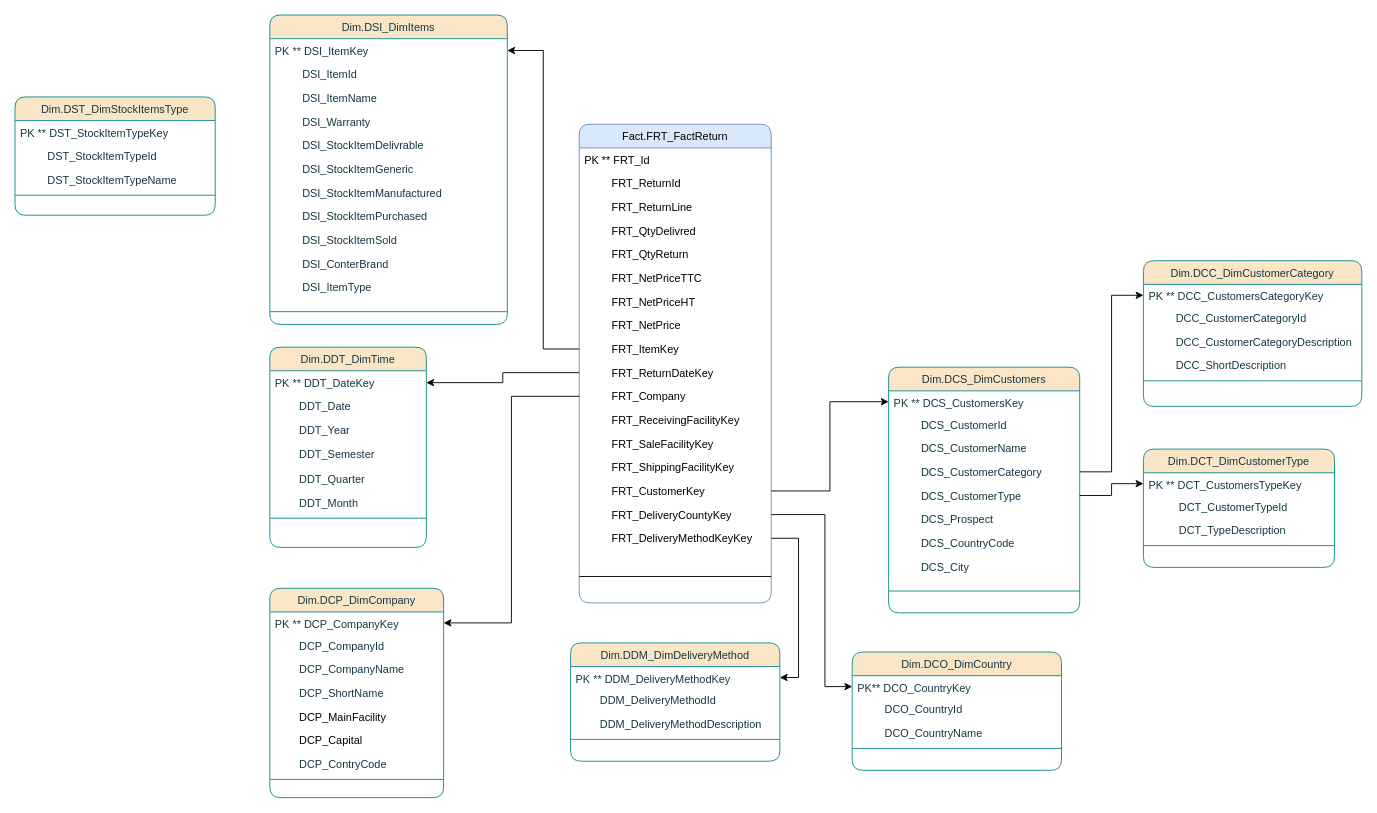
The draw.io diagram diagramme RETURN.drawio in BorchaniMohamed/BI_PROJECT_PFE, before the edit. Source tidied: cells renumbered, new cells numbered last; positions are measured from the earlier drawing's top-left corner, leaving out a move shared by most shapes. Both pictures are drawn from the tidied source at 91%, with x=0, y=0 at pixel (15, 15).
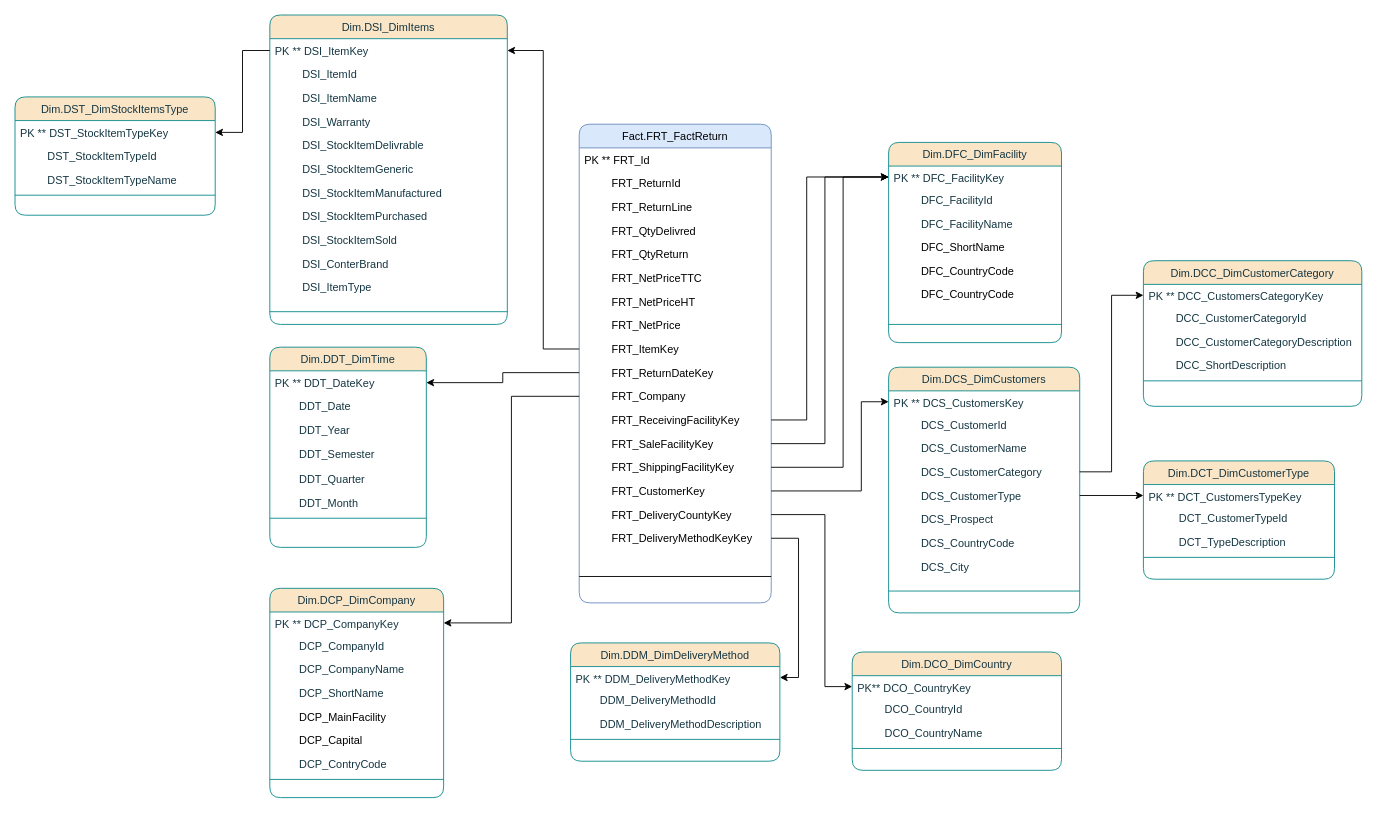
The same diagram, later.

Commit message (it also covers changes not shown here):
Mettre à jour diagramme RETURN.drawio

Unchanged cells that the change refers to:
```xml
<mxCell id="14" value="         FRT_ReceivingFacilityKey" style="text;align=left;verticalAlign=top;spacingLeft=4;spacingRight=4;overflow=hidden;points=[[0,0.5],[1,0.5]];portConstraint=eastwest;rounded=0;shadow=0;html=0;" parent="2" vertex="1">
  <mxGeometry y="312" width="211" height="26" as="geometry" />
</mxCell>
<mxCell id="15" value="         FRT_SaleFacilityKey" style="text;align=left;verticalAlign=top;spacingLeft=4;spacingRight=4;overflow=hidden;points=[[0,0.5],[1,0.5]];portConstraint=eastwest;rounded=0;shadow=0;html=0;" parent="2" vertex="1">
  <mxGeometry y="338" width="211" height="26" as="geometry" />
</mxCell>
<mxCell id="16" value="         FRT_ShippingFacilityKey" style="text;align=left;verticalAlign=top;spacingLeft=4;spacingRight=4;overflow=hidden;points=[[0,0.5],[1,0.5]];portConstraint=eastwest;rounded=0;shadow=0;html=0;" parent="2" vertex="1">
  <mxGeometry y="364" width="211" height="26" as="geometry" />
</mxCell>
<mxCell id="17" value="         FRT_CustomerKey" style="text;align=left;verticalAlign=top;spacingLeft=4;spacingRight=4;overflow=hidden;points=[[0,0.5],[1,0.5]];portConstraint=eastwest;rounded=0;shadow=0;html=0;" parent="2" vertex="1">
  <mxGeometry y="390" width="211" height="26" as="geometry" />
</mxCell>
<mxCell id="28" value="PK ** DSI_ItemKey" style="text;align=left;verticalAlign=top;spacingLeft=4;spacingRight=4;overflow=hidden;points=[[0,0.5],[1,0.5]];portConstraint=eastwest;labelBackgroundColor=none;fontColor=#143642;rounded=1;" parent="27" vertex="1">
  <mxGeometry y="26" width="261" height="26" as="geometry" />
</mxCell>
<mxCell id="41" value="PK ** DST_StockItemTypeKey" style="text;align=left;verticalAlign=top;spacingLeft=4;spacingRight=4;overflow=hidden;points=[[0,0.5],[1,0.5]];portConstraint=eastwest;labelBackgroundColor=none;fontColor=#143642;rounded=1;" parent="40" vertex="1">
  <mxGeometry y="26" width="220" height="26" as="geometry" />
</mxCell>
<mxCell id="72" value="PK ** DCS_CustomersKey" style="text;align=left;verticalAlign=top;spacingLeft=4;spacingRight=4;overflow=hidden;points=[[0,0.5],[1,0.5]];portConstraint=eastwest;labelBackgroundColor=none;fontColor=#143642;rounded=1;" parent="71" vertex="1">
  <mxGeometry y="26" width="210" height="24" as="geometry" />
</mxCell>
```

Change to the diagram source:
```diff
@@
     <mxCell id="81" value="Dim.DCT_DimCustomerType" style="swimlane;fontStyle=0;align=center;verticalAlign=top;horizontal=1;startSize=26;rounded=1;shadow=0;strokeWidth=1;fillColor=#FAE5C7;strokeColor=#0F8B8D;labelBackgroundColor=none;fontColor=#143642;" parent="1" vertex="1">
-      <mxGeometry x="1240" y="477" width="210" height="130" as="geometry" />
+      <mxGeometry x="1240" y="490" width="210" height="130" as="geometry" />
     </mxCell>
@@
     <mxCell id="86" style="edgeStyle=orthogonalEdgeStyle;rounded=0;jettySize=auto;html=1;" parent="1" edge="1" source="17" target="72">
-      <mxGeometry relative="1" as="geometry" />
+      <mxGeometry relative="1" as="geometry">
+        <Array as="points">
+          <mxPoint x="930" y="523" />
+          <mxPoint x="930" y="425" />
+        </Array>
+      </mxGeometry>
     </mxCell>
@@
+    <mxCell id="95" value="Dim.DFC_DimFacility" style="swimlane;fontStyle=0;align=center;verticalAlign=top;horizontal=1;startSize=26;rounded=1;shadow=0;strokeWidth=1;fillColor=#FAE5C7;strokeColor=#0F8B8D;labelBackgroundColor=none;fontColor=#143642;" parent="1" vertex="1">
+      <mxGeometry x="960" y="140" width="190" height="220" as="geometry" />
+    </mxCell>
+    <mxCell id="96" value="PK ** DFC_FacilityKey" style="text;align=left;verticalAlign=top;spacingLeft=4;spacingRight=4;overflow=hidden;points=[[0,0.5],[1,0.5]];portConstraint=eastwest;labelBackgroundColor=none;fontColor=#143642;rounded=1;" parent="95" vertex="1">
+      <mxGeometry y="26" width="190" height="24" as="geometry" />
+    </mxCell>
+    <mxCell id="97" value="         DFC_FacilityId" style="text;align=left;verticalAlign=top;spacingLeft=4;spacingRight=4;overflow=hidden;labelBackgroundColor=none;fontColor=#143642;rounded=1;" parent="95" vertex="1">
+      <mxGeometry y="50" width="190" height="26" as="geometry" />
+    </mxCell>
+    <mxCell id="98" value="         DFC_FacilityName" style="text;align=left;verticalAlign=top;spacingLeft=4;spacingRight=4;overflow=hidden;labelBackgroundColor=none;fontColor=#143642;rounded=1;" parent="95" vertex="1">
+      <mxGeometry y="76" width="190" height="26" as="geometry" />
+    </mxCell>
+    <mxCell id="99" value="         DFC_ShortName" style="text;align=left;verticalAlign=top;spacingLeft=4;spacingRight=4;overflow=hidden;labelBackgroundColor=none;rounded=1;" parent="95" vertex="1">
+      <mxGeometry y="102" width="190" height="26" as="geometry" />
+    </mxCell>
+    <mxCell id="100" value="         DFC_CountryCode" style="text;align=left;verticalAlign=top;spacingLeft=4;spacingRight=4;overflow=hidden;labelBackgroundColor=none;rounded=1;" parent="95" vertex="1">
+      <mxGeometry y="128" width="190" height="26" as="geometry" />
+    </mxCell>
+    <mxCell id="101" value="         DFC_CountryCode" style="text;align=left;verticalAlign=top;spacingLeft=4;spacingRight=4;overflow=hidden;labelBackgroundColor=none;rounded=1;" parent="95" vertex="1">
+      <mxGeometry y="154" width="190" height="26" as="geometry" />
+    </mxCell>
+    <mxCell id="102" style="line;html=1;strokeWidth=1;align=left;verticalAlign=middle;spacingTop=-1;spacingLeft=3;spacingRight=3;labelPosition=right;labelBackgroundColor=none;fillColor=#FAE5C7;strokeColor=#0F8B8D;fontColor=#143642;rounded=1;" parent="95" vertex="1">
+      <mxGeometry y="180" width="190" height="40" as="geometry" />
+    </mxCell>
+    <mxCell id="103" style="edgeStyle=orthogonalEdgeStyle;rounded=0;jettySize=auto;html=1;" parent="1" edge="1" source="15" target="96">
+      <mxGeometry relative="1" as="geometry">
+        <Array as="points">
+          <mxPoint x="890" y="471" />
+          <mxPoint x="890" y="178" />
+        </Array>
+      </mxGeometry>
+    </mxCell>
+    <mxCell id="104" style="edgeStyle=orthogonalEdgeStyle;rounded=0;jettySize=auto;html=1;" parent="1" edge="1" source="14" target="96">
+      <mxGeometry relative="1" as="geometry">
+        <Array as="points">
+          <mxPoint x="870" y="445" />
+          <mxPoint x="870" y="178" />
+        </Array>
+      </mxGeometry>
+    </mxCell>
+    <mxCell id="105" style="edgeStyle=orthogonalEdgeStyle;rounded=0;jettySize=auto;html=1;" parent="1" edge="1" source="16" target="96">
+      <mxGeometry relative="1" as="geometry">
+        <Array as="points">
+          <mxPoint x="910" y="497" />
+          <mxPoint x="910" y="178" />
+        </Array>
+      </mxGeometry>
+    </mxCell>
+    <mxCell id="106" style="edgeStyle=orthogonalEdgeStyle;rounded=0;jettySize=auto;html=1;" parent="1" edge="1" source="28" target="41">
+      <mxGeometry relative="1" as="geometry" />
+    </mxCell>
```
